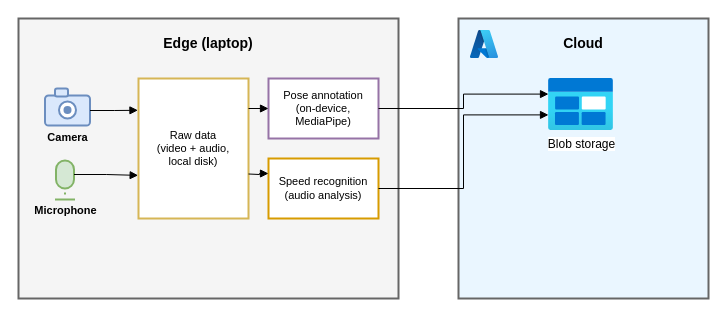
Above: docs/architecture.drawio in timole/shot-improvement (draw.io), before the change. Source tidied: cells renumbered, new cells numbered last; positions are measured from the earlier drawing's top-left corner, leaving out a move shared by most shapes. Both pictures are drawn from the tidied source at 100%, with x=0, y=0 at pixel (18, 18).
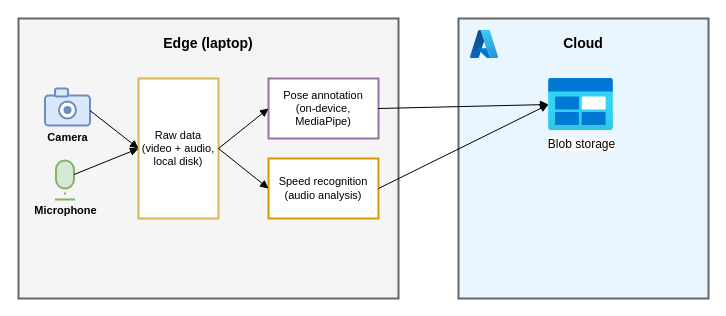
The same page after the edit.

Commit message (it also covers changes not shown here):
Architecture diagram: straight, properly-attached arrows throughout

The change refers to these unchanged cells:
```xml
<mxCell id="3" style="rounded=1;arcSize=12;whiteSpace=wrap;html=1;fillColor=#dae8fc;strokeColor=#6c8ebf;strokeWidth=2;" parent="1" vertex="1">
  <mxGeometry x="26.5" y="77" width="45" height="30" as="geometry" />
</mxCell>
<mxCell id="8" style="rounded=1;arcSize=50;whiteSpace=wrap;html=1;fillColor=#d5e8d4;strokeColor=#82b366;strokeWidth=2;" parent="1" vertex="1">
  <mxGeometry x="37.5" y="142" width="18" height="28" as="geometry" />
</mxCell>
<mxCell id="13" value="Pose annotation&#10;(on-device,&#10;MediaPipe)" style="rounded=0;whiteSpace=wrap;html=1;fillColor=#ffffff;strokeColor=#9673a6;strokeWidth=2;fontSize=11;fontFamily=Arial;align=center;verticalAlign=middle;" parent="1" vertex="1">
  <mxGeometry x="250" y="60" width="110" height="60" as="geometry" />
</mxCell>
<mxCell id="14" value="Speed recognition&#10;(audio analysis)" style="rounded=0;whiteSpace=wrap;html=1;fillColor=#ffffff;strokeColor=#d79b00;strokeWidth=2;fontSize=11;fontFamily=Arial;align=center;verticalAlign=middle;" parent="1" vertex="1">
  <mxGeometry x="250" y="140" width="110" height="60" as="geometry" />
</mxCell>
<mxCell id="16" value="Blob storage" style="image;html=1;points=[];align=center;fontSize=12;fontFamily=Arial;image=img/lib/azure2/general/Blob_Block.svg;" parent="1" vertex="1">
  <mxGeometry x="530" y="60" width="65" height="52" as="geometry" />
</mxCell>
```

The edit, as a diff of the source:
```diff
@@
     <mxCell id="12" value="Raw data&#10;(video + audio,&#10;local disk)" style="rounded=0;whiteSpace=wrap;html=1;fillColor=#ffffff;strokeColor=#d6b656;strokeWidth=2;fontSize=11;fontFamily=Arial;align=center;verticalAlign=middle;" parent="1" vertex="1">
-      <mxGeometry x="120" y="60" width="110" height="140" as="geometry" />
+      <mxGeometry x="120" y="60" width="80" height="140" as="geometry" />
     </mxCell>
@@
-    <mxCell id="18" style="edgeStyle=orthogonalEdgeStyle;rounded=0;html=1;endArrow=block;elbow=vertical;startArrow=none;strokeColor=#000000;strokeWidth=1;exitX=1;exitY=0.5;exitDx=0;exitDy=0;entryX=-0.005;entryY=0.227;entryDx=0;entryDy=0;entryPerimeter=0;" parent="1" edge="1" source="3" target="12">
+    <mxCell id="18" style="rounded=0;html=1;endArrow=block;startArrow=none;strokeColor=#000000;strokeWidth=1;exitX=1;exitY=0.5;exitDx=0;exitDy=0;entryX=0;entryY=0.5;entryDx=0;entryDy=0;" parent="1" edge="1" source="3" target="12">
       <mxGeometry relative="1" as="geometry" />
     </mxCell>
-    <mxCell id="19" style="edgeStyle=orthogonalEdgeStyle;rounded=0;html=1;endArrow=block;elbow=vertical;startArrow=none;strokeColor=#000000;strokeWidth=1;exitX=1;exitY=0.5;exitDx=0;exitDy=0;entryX=-0.003;entryY=0.692;entryDx=0;entryDy=0;entryPerimeter=0;" parent="1" edge="1" source="8" target="12">
+    <mxCell id="19" style="rounded=0;html=1;endArrow=block;startArrow=none;strokeColor=#000000;strokeWidth=1;exitX=1;exitY=0.5;exitDx=0;exitDy=0;entryX=0;entryY=0.5;entryDx=0;entryDy=0;" parent="1" edge="1" source="8" target="12">
       <mxGeometry relative="1" as="geometry" />
     </mxCell>
-    <mxCell id="20" style="edgeStyle=orthogonalEdgeStyle;rounded=0;html=1;endArrow=block;elbow=vertical;startArrow=none;strokeColor=#000000;strokeWidth=1;exitX=1;exitY=0.2143;exitDx=0;exitDy=0;entryX=0;entryY=0.5;entryDx=0;entryDy=0;" parent="1" edge="1" source="12" target="13">
+    <mxCell id="20" style="rounded=0;html=1;endArrow=block;startArrow=none;strokeColor=#000000;strokeWidth=1;exitX=1;exitY=0.5;exitDx=0;exitDy=0;entryX=0;entryY=0.5;entryDx=0;entryDy=0;" parent="1" edge="1" source="12" target="13">
       <mxGeometry relative="1" as="geometry" />
     </mxCell>
+    <mxCell id="24" style="rounded=0;html=1;endArrow=block;startArrow=none;strokeColor=#000000;strokeWidth=1;exitX=1;exitY=0.5;exitDx=0;exitDy=0;entryX=0;entryY=0.5;entryDx=0;entryDy=0;" parent="1" edge="1" source="12" target="14">
+      <mxGeometry relative="1" as="geometry" />
+    </mxCell>
-    <mxCell id="21" style="edgeStyle=orthogonalEdgeStyle;rounded=0;html=1;endArrow=block;elbow=vertical;startArrow=none;strokeColor=#000000;strokeWidth=1;exitX=1;exitY=0.5;exitDx=0;exitDy=0;entryX=0;entryY=0.3;entryDx=0;entryDy=0;" parent="1" edge="1" source="13" target="16">
+    <mxCell id="21" style="rounded=0;html=1;endArrow=block;startArrow=none;strokeColor=#000000;strokeWidth=1;exitX=1;exitY=0.5;exitDx=0;exitDy=0;entryX=0;entryY=0.5;entryDx=0;entryDy=0;" parent="1" edge="1" source="13" target="16">
       <mxGeometry relative="1" as="geometry" />
     </mxCell>
-    <mxCell id="22" style="edgeStyle=orthogonalEdgeStyle;rounded=0;html=1;endArrow=block;elbow=vertical;startArrow=none;strokeColor=#000000;strokeWidth=1;exitX=1;exitY=0.5;exitDx=0;exitDy=0;entryX=0;entryY=0.7;entryDx=0;entryDy=0;" parent="1" edge="1" source="14" target="16">
+    <mxCell id="22" style="rounded=0;html=1;endArrow=block;startArrow=none;strokeColor=#000000;strokeWidth=1;exitX=1;exitY=0.5;exitDx=0;exitDy=0;entryX=0;entryY=0.5;entryDx=0;entryDy=0;" parent="1" edge="1" source="14" target="16">
       <mxGeometry relative="1" as="geometry" />
     </mxCell>
-    <mxCell id="23" style="edgeStyle=orthogonalEdgeStyle;rounded=0;html=1;endArrow=block;elbow=vertical;startArrow=none;strokeColor=#000000;strokeWidth=1;exitX=1;exitY=0.5;exitDx=0;exitDy=0;entryX=0;entryY=0.25;entryDx=0;entryDy=0;" parent="1" edge="1" target="14">
-      <mxGeometry relative="1" as="geometry">
-        <mxPoint x="230" y="155.5" as="sourcePoint" />
-      </mxGeometry>
-    </mxCell>
```
